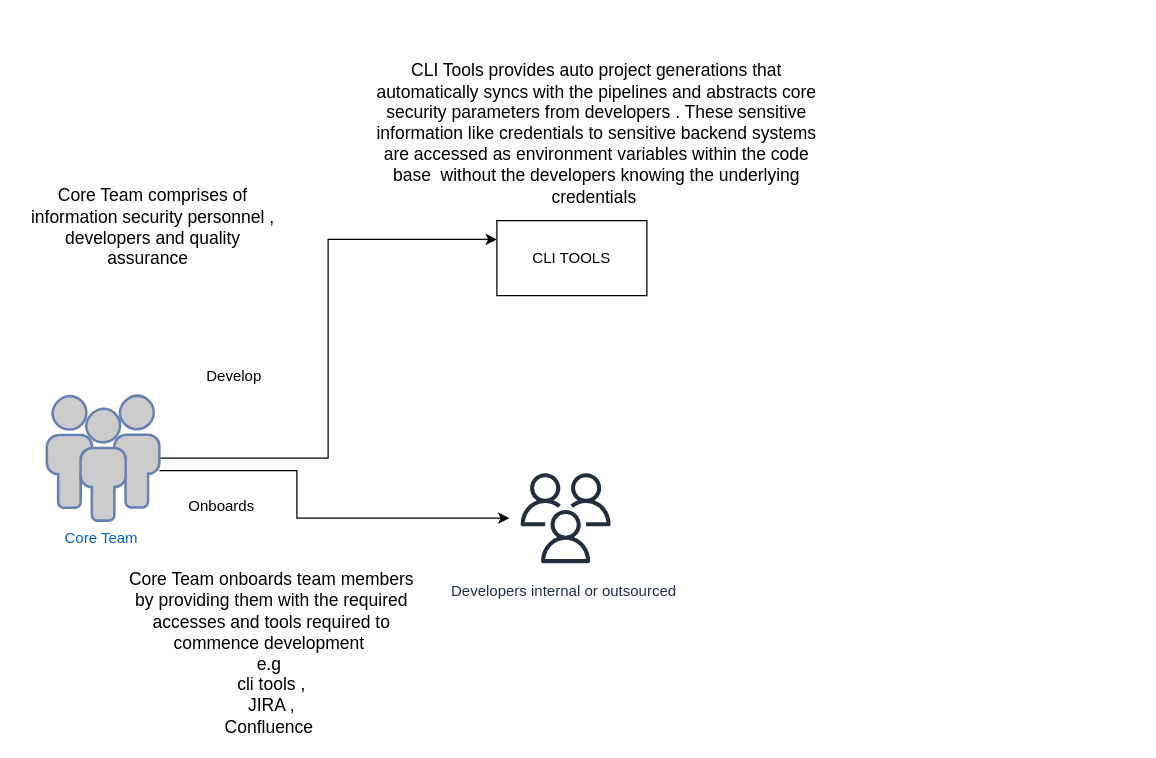
Earlier version of the draw.io diagram page "Internal process flow" (2 of 2) of icurity.drawio (tyger-rareatom/consulting-architectures). Source tidied: cells renumbered, new cells numbered last; positions are measured from the earlier drawing's top-left corner, leaving out a move shared by most shapes. Both pictures are drawn from the tidied source at 125%, with x=0, y=0 at pixel (21, 70). Pictures stored in the file or linked from it are replaced by grey dashed boxes.
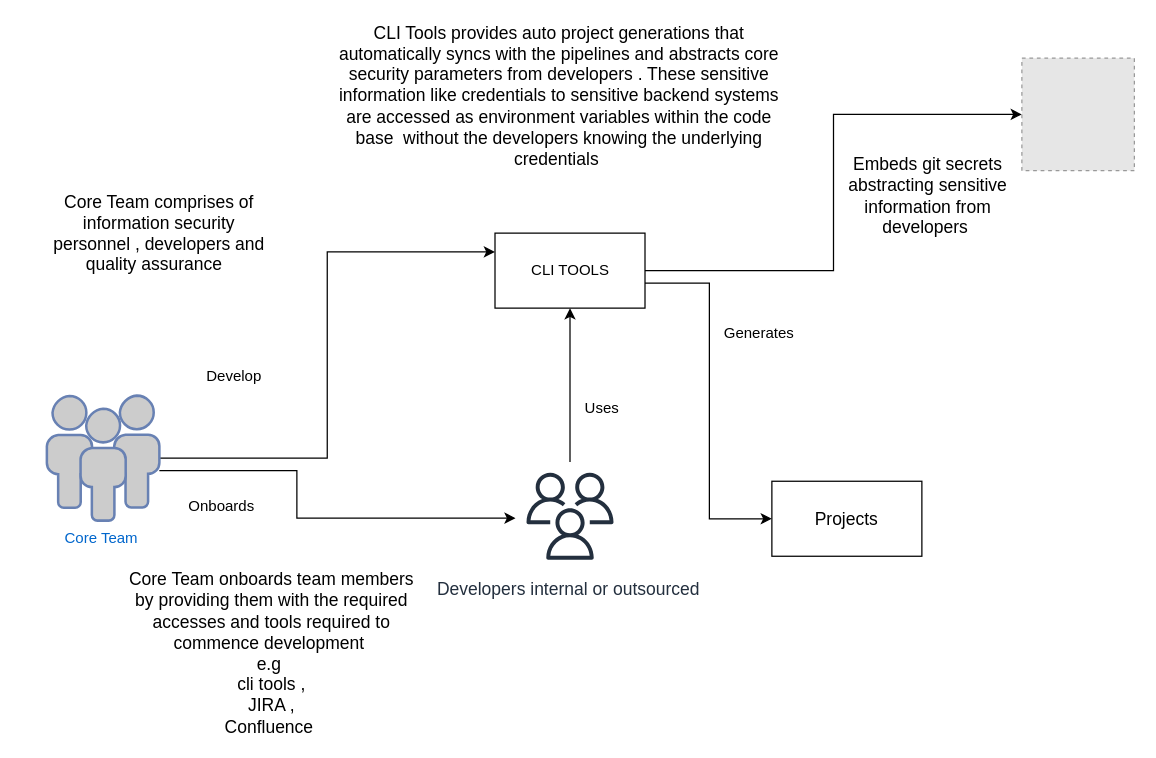
The same page after the edit.

What changed in the source:
```diff
@@
+    <mxCell id="12" style="edgeStyle=orthogonalEdgeStyle;rounded=0;jettySize=auto;html=1;entryX=0.5;entryY=1;entryDx=0;entryDy=0;" parent="1" edge="1" source="5" target="8">
+      <mxGeometry relative="1" as="geometry" />
+    </mxCell>
-    <mxCell id="5" value="Developers internal or outsourced&amp;nbsp;" style="sketch=0;outlineConnect=0;fontColor=#232F3E;gradientColor=none;strokeColor=#232F3E;fillColor=#ffffff;dashed=0;verticalLabelPosition=bottom;verticalAlign=top;align=center;html=1;fontSize=12;fontStyle=0;shape=mxgraph.aws4.resourceIcon;resIcon=mxgraph.aws4.users;" parent="1" vertex="1">
-      <mxGeometry x="390" y="313" width="90" height="90" as="geometry" />
+    <mxCell id="5" value="&lt;font style=&quot;font-size: 14px&quot;&gt;Developers internal or outsourced&amp;nbsp;&lt;/font&gt;" style="sketch=0;outlineConnect=0;fontColor=#232F3E;gradientColor=none;strokeColor=#232F3E;fillColor=#ffffff;dashed=0;verticalLabelPosition=bottom;verticalAlign=top;align=center;html=1;fontSize=12;fontStyle=0;shape=mxgraph.aws4.resourceIcon;resIcon=mxgraph.aws4.users;" parent="1" vertex="1">
+      <mxGeometry x="395" y="313" width="87" height="87" as="geometry" />
     </mxCell>
@@
     <mxCell id="7" value="&lt;font style=&quot;font-size: 14px&quot;&gt;Core Team comprises of information security personnel , developers and quality assurance&amp;nbsp;&amp;nbsp;&lt;/font&gt;" style="text;html=1;strokeColor=none;fillColor=none;align=center;verticalAlign=middle;whiteSpace=wrap;rounded=0;" parent="1" vertex="1">
-      <mxGeometry y="50" width="210" height="150" as="geometry" />
+      <mxGeometry x="20" y="60" width="180" height="140" as="geometry" />
     </mxCell>
+    <mxCell id="13" style="edgeStyle=orthogonalEdgeStyle;rounded=0;jettySize=auto;html=1;entryX=0;entryY=0.5;entryDx=0;entryDy=0;" parent="1" edge="1" source="8" target="15">
+      <mxGeometry relative="1" as="geometry" />
+    </mxCell>
+    <mxCell id="14" style="edgeStyle=orthogonalEdgeStyle;rounded=0;jettySize=auto;html=1;entryX=0;entryY=0.5;entryDx=0;entryDy=0;" parent="1" edge="1" source="8" target="17">
+      <mxGeometry relative="1" as="geometry">
+        <Array as="points">
+          <mxPoint x="550" y="170" />
+          <mxPoint x="550" y="359" />
+        </Array>
+      </mxGeometry>
+    </mxCell>
     <mxCell id="8" value="CLI TOOLS" style="rounded=0;whiteSpace=wrap;html=1;" parent="1" vertex="1">
-      <mxGeometry x="380" y="120" width="120" height="60" as="geometry" />
+      <mxGeometry x="378.5" y="130" width="120" height="60" as="geometry" />
     </mxCell>
@@
     <mxCell id="11" value="&lt;font style=&quot;font-size: 14px&quot;&gt;CLI Tools provides auto project generations that automatically syncs with the pipelines and abstracts core security parameters from developers . These sensitive information like credentials to sensitive backend systems are accessed as environment variables within the code base&amp;nbsp; without the developers knowing the underlying credentials&amp;nbsp;&lt;/font&gt;" style="text;html=1;strokeColor=none;fillColor=none;align=center;verticalAlign=middle;whiteSpace=wrap;rounded=0;" parent="1" vertex="1">
-      <mxGeometry x="280" width="360" height="100" as="geometry" />
+      <mxGeometry x="250" y="-30" width="360" height="100" as="geometry" />
     </mxCell>
+    <mxCell id="15" style="fillColor=#E6E6E6;strokeColor=#999999;dashed=1;html=1;verticalAlign=top;verticalLabelPosition=bottom;labelBackgroundColor=#ffffff;" parent="1" vertex="1">
+      <mxGeometry x="800" y="-10" width="90" height="90" as="geometry" />
+    </mxCell>
+    <mxCell id="16" value="&lt;font style=&quot;font-size: 14px&quot;&gt;Embeds git secrets abstracting sensitive information from developers&amp;nbsp;&lt;/font&gt;" style="text;html=1;strokeColor=none;fillColor=none;align=center;verticalAlign=middle;whiteSpace=wrap;rounded=0;" parent="1" vertex="1">
+      <mxGeometry x="660" y="50" width="130" height="100" as="geometry" />
+    </mxCell>
+    <mxCell id="17" value="&lt;font style=&quot;font-size: 14px&quot;&gt;Projects&lt;/font&gt;" style="rounded=0;whiteSpace=wrap;html=1;" parent="1" vertex="1">
+      <mxGeometry x="600" y="328.5" width="120" height="60" as="geometry" />
+    </mxCell>
+    <mxCell id="18" value="Uses&amp;nbsp;" style="text;html=1;strokeColor=none;fillColor=none;align=center;verticalAlign=middle;whiteSpace=wrap;rounded=0;" parent="1" vertex="1">
+      <mxGeometry x="446" y="260" width="40" height="20" as="geometry" />
+    </mxCell>
+    <mxCell id="19" value="Generates" style="text;html=1;strokeColor=none;fillColor=none;align=center;verticalAlign=middle;whiteSpace=wrap;rounded=0;" parent="1" vertex="1">
+      <mxGeometry x="570" y="200" width="40" height="20" as="geometry" />
+    </mxCell>
```
